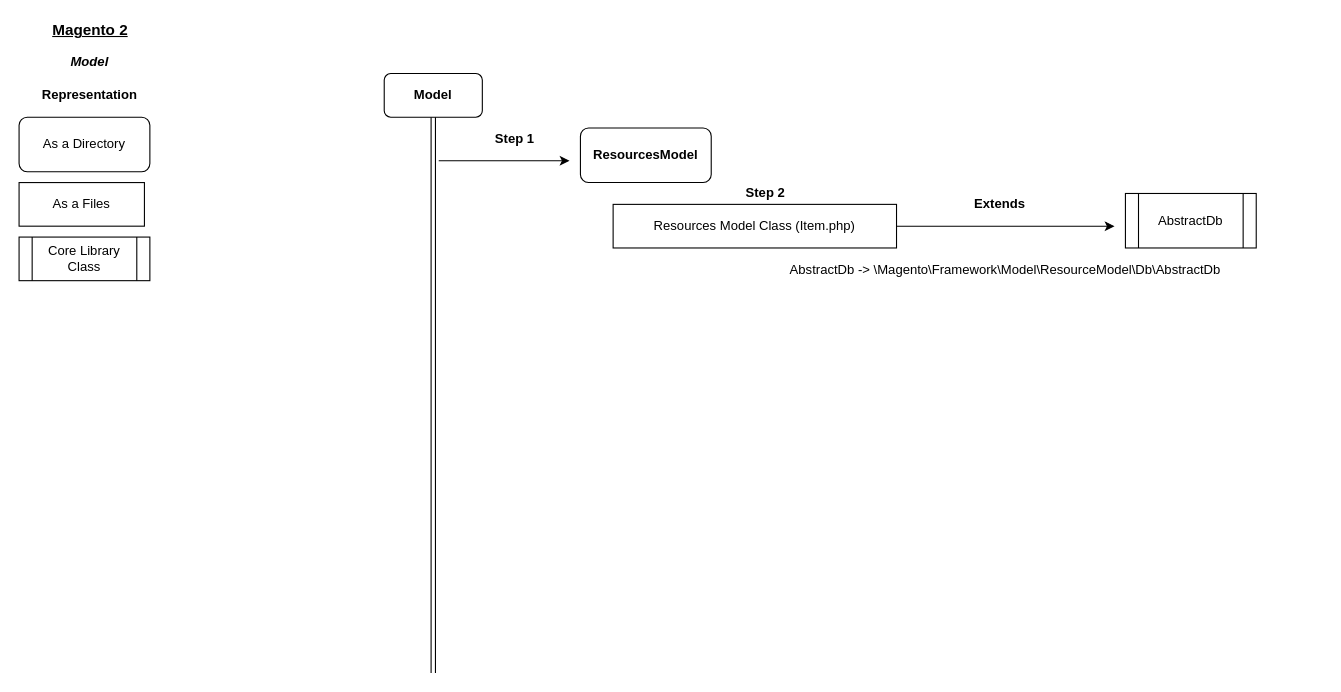
The draw.io diagram Module-Model.drawio in tikam512/M2-Graph-Modules, before the edit. Source tidied: cells renumbered, new cells numbered last; positions are measured from the earlier drawing's top-left corner, leaving out a move shared by most shapes. Both pictures are drawn from the tidied source at 109%, with x=0, y=0 at pixel (19, 19).
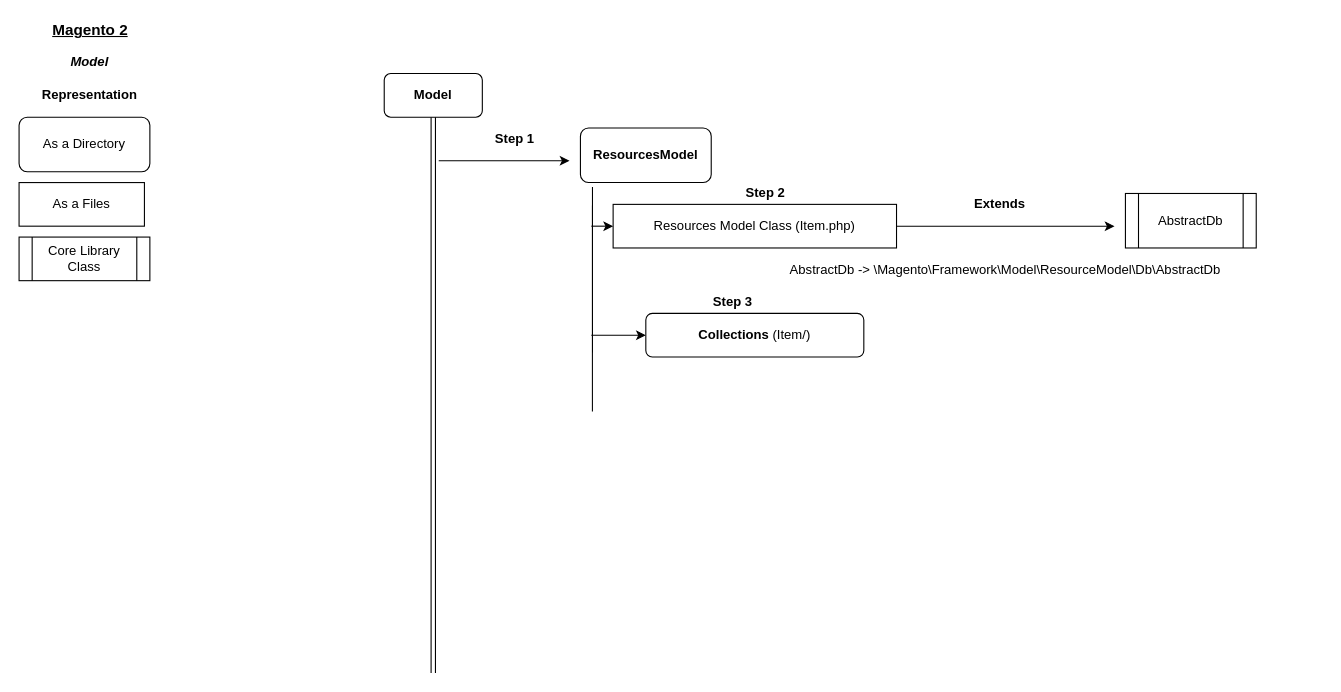
The same diagram, later.

Unchanged cells that the change refers to:
```xml
<mxCell id="8" value="&lt;b&gt;ResourcesModel&lt;/b&gt;" style="rounded=1;whiteSpace=wrap;html=1;" parent="1" vertex="1">
  <mxGeometry x="515" y="100" width="120" height="50" as="geometry" />
</mxCell>
<mxCell id="12" value="Resources Model Class (Item.php)" style="rounded=0;whiteSpace=wrap;html=1;" parent="1" vertex="1">
  <mxGeometry x="545" y="170" width="260" height="40" as="geometry" />
</mxCell>
```

What changed in the source:
```diff
@@
+    <mxCell id="20" style="endArrow=none;html=1;entryX=0.092;entryY=1.08;entryDx=0;entryDy=0;entryPerimeter=0;" parent="1" edge="1" target="8">
+      <mxGeometry relative="1" as="geometry">
+        <mxPoint x="526" y="360" as="sourcePoint" />
+      </mxGeometry>
+    </mxCell>
+    <mxCell id="21" style="endArrow=classic;html=1;entryX=0;entryY=0.5;entryDx=0;entryDy=0;" parent="1" edge="1" target="12">
+      <mxGeometry relative="1" as="geometry">
+        <mxPoint x="525" y="190" as="sourcePoint" />
+      </mxGeometry>
+    </mxCell>
+    <mxCell id="22" style="endArrow=classic;html=1;" parent="1" edge="1">
+      <mxGeometry relative="1" as="geometry">
+        <mxPoint x="525" y="290" as="sourcePoint" />
+        <mxPoint x="575" y="290" as="targetPoint" />
+      </mxGeometry>
+    </mxCell>
+    <mxCell id="23" value="&lt;b&gt;Step 3&lt;br&gt;&lt;/b&gt;" style="text;html=1;strokeColor=none;fillColor=none;align=center;verticalAlign=middle;whiteSpace=wrap;rounded=0;" parent="1" vertex="1">
+      <mxGeometry x="615" y="250" width="80" height="20" as="geometry" />
+    </mxCell>
+    <mxCell id="24" value="&lt;div&gt;&lt;b&gt;Collections&lt;/b&gt; (Item/)&lt;/div&gt;" style="rounded=1;whiteSpace=wrap;html=1;" parent="1" vertex="1">
+      <mxGeometry x="575" y="270" width="200" height="40" as="geometry" />
+    </mxCell>
```
